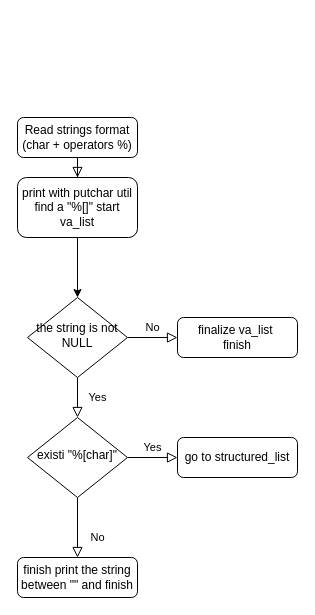
The draw.io diagram page "Page-1" (1 of 2) of printf.drawio in kateincoding/printf, before the edit. Source tidied: cells renumbered, new cells numbered last; positions are measured from the earlier drawing's top-left corner, leaving out a move shared by most shapes. Both pictures are drawn from the tidied source at 100%, with x=0, y=0 at pixel (17, 117).
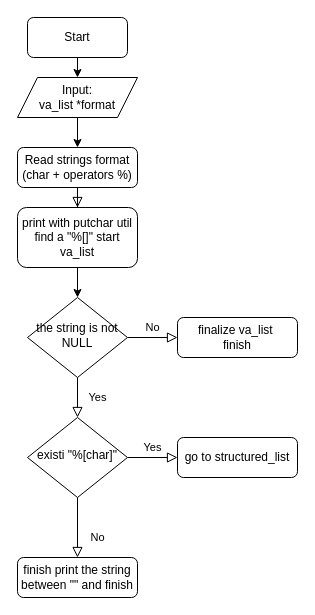
The same page after the edit.

The edit, as a diff of the source:
```diff
@@
 <mxGraphModel>
   <root>
     <mxCell id="0" />
     <mxCell id="1" parent="0" />
     <mxCell id="2" style="rounded=0;html=1;jettySize=auto;fontSize=11;endArrow=block;endFill=0;endSize=8;strokeWidth=1;shadow=0;labelBackgroundColor=none;edgeStyle=orthogonalEdgeStyle;entryX=0.5;entryY=0;entryDx=0;entryDy=0;" parent="1" edge="1" source="3" target="13">
       <mxGeometry relative="1" as="geometry" />
     </mxCell>
     <mxCell id="3" value="Read strings format (char + operators %)" style="rounded=1;whiteSpace=wrap;html=1;fontSize=12;glass=0;strokeWidth=1;shadow=0;" parent="1" vertex="1">
-      <mxGeometry width="120" height="40" as="geometry" />
+      <mxGeometry y="30" width="120" height="40" as="geometry" />
     </mxCell>
     <mxCell id="4" value="Yes" style="rounded=0;html=1;jettySize=auto;fontSize=11;endArrow=block;endFill=0;endSize=8;strokeWidth=1;shadow=0;labelBackgroundColor=none;edgeStyle=orthogonalEdgeStyle;" parent="1" edge="1" source="6" target="10">
       <mxGeometry y="20" relative="1" as="geometry" />
     </mxCell>
     <mxCell id="5" value="No" style="edgeStyle=orthogonalEdgeStyle;rounded=0;html=1;jettySize=auto;fontSize=11;endArrow=block;endFill=0;endSize=8;strokeWidth=1;shadow=0;labelBackgroundColor=none;" parent="1" edge="1" source="6" target="7">
       <mxGeometry y="10" relative="1" as="geometry" />
     </mxCell>
     <mxCell id="6" value="the string is not NULL" style="rhombus;whiteSpace=wrap;html=1;shadow=0;fontFamily=Helvetica;fontSize=12;align=center;strokeWidth=1;spacing=6;spacingTop=-4;" parent="1" vertex="1">
       <mxGeometry x="10" y="180" width="100" height="80" as="geometry" />
     </mxCell>
     <mxCell id="7" value="finalize va_list&amp;nbsp;&lt;br&gt;finish" style="rounded=1;whiteSpace=wrap;html=1;fontSize=12;glass=0;strokeWidth=1;shadow=0;" parent="1" vertex="1">
       <mxGeometry x="160" y="200" width="120" height="40" as="geometry" />
     </mxCell>
     <mxCell id="8" value="No" style="rounded=0;html=1;jettySize=auto;fontSize=11;endArrow=block;endFill=0;endSize=8;strokeWidth=1;shadow=0;labelBackgroundColor=none;edgeStyle=orthogonalEdgeStyle;" parent="1" edge="1" source="10" target="11">
       <mxGeometry x="0.33" y="20" relative="1" as="geometry" />
     </mxCell>
     <mxCell id="9" value="Yes" style="edgeStyle=orthogonalEdgeStyle;rounded=0;html=1;jettySize=auto;fontSize=11;endArrow=block;endFill=0;endSize=8;strokeWidth=1;shadow=0;labelBackgroundColor=none;" parent="1" edge="1" source="10" target="12">
       <mxGeometry y="10" relative="1" as="geometry" />
     </mxCell>
     <mxCell id="10" value="existi &quot;%[char]&quot;" style="rhombus;whiteSpace=wrap;html=1;shadow=0;fontFamily=Helvetica;fontSize=12;align=center;strokeWidth=1;spacing=6;spacingTop=-4;" parent="1" vertex="1">
       <mxGeometry x="10" y="300" width="100" height="80" as="geometry" />
     </mxCell>
     <mxCell id="11" value="finish print the string between &quot;&quot; and finish" style="rounded=1;whiteSpace=wrap;html=1;fontSize=12;glass=0;strokeWidth=1;shadow=0;" parent="1" vertex="1">
       <mxGeometry y="440" width="120" height="40" as="geometry" />
     </mxCell>
     <mxCell id="12" value="go to structured_list" style="rounded=1;whiteSpace=wrap;html=1;fontSize=12;glass=0;strokeWidth=1;shadow=0;" parent="1" vertex="1">
       <mxGeometry x="160" y="320" width="120" height="40" as="geometry" />
     </mxCell>
     <mxCell id="13" value="print with putchar util find a &quot;%[]&quot; start va_list" style="rounded=1;whiteSpace=wrap;html=1;" parent="1" vertex="1">
-      <mxGeometry y="60" width="120" height="60" as="geometry" />
+      <mxGeometry y="90" width="120" height="60" as="geometry" />
     </mxCell>
     <mxCell id="14" style="endArrow=classic;html=1;exitX=0.5;exitY=1;exitDx=0;exitDy=0;entryX=0.5;entryY=0;entryDx=0;entryDy=0;" parent="1" edge="1" source="13" target="6">
       <mxGeometry relative="1" as="geometry" />
     </mxCell>
+    <mxCell id="15" value="Start" style="rounded=1;whiteSpace=wrap;html=1;" parent="1" vertex="1">
+      <mxGeometry x="10" y="-100" width="100" height="40" as="geometry" />
+    </mxCell>
+    <mxCell id="16" value="Input: &lt;br&gt;va_list *format" style="shape=parallelogram;perimeter=parallelogramPerimeter;whiteSpace=wrap;html=1;fixedSize=1;" parent="1" vertex="1">
+      <mxGeometry y="-40" width="120" height="40" as="geometry" />
+    </mxCell>
+    <mxCell id="17" style="endArrow=classic;html=1;exitX=0.5;exitY=1;exitDx=0;exitDy=0;" parent="1" edge="1" source="15" target="16">
+      <mxGeometry relative="1" as="geometry" />
+    </mxCell>
+    <mxCell id="18" style="endArrow=classic;html=1;exitX=0.5;exitY=1;exitDx=0;exitDy=0;entryX=0.5;entryY=0;entryDx=0;entryDy=0;" parent="1" edge="1" source="16" target="3">
+      <mxGeometry relative="1" as="geometry" />
+    </mxCell>
   </root>
 </mxGraphModel>
```
